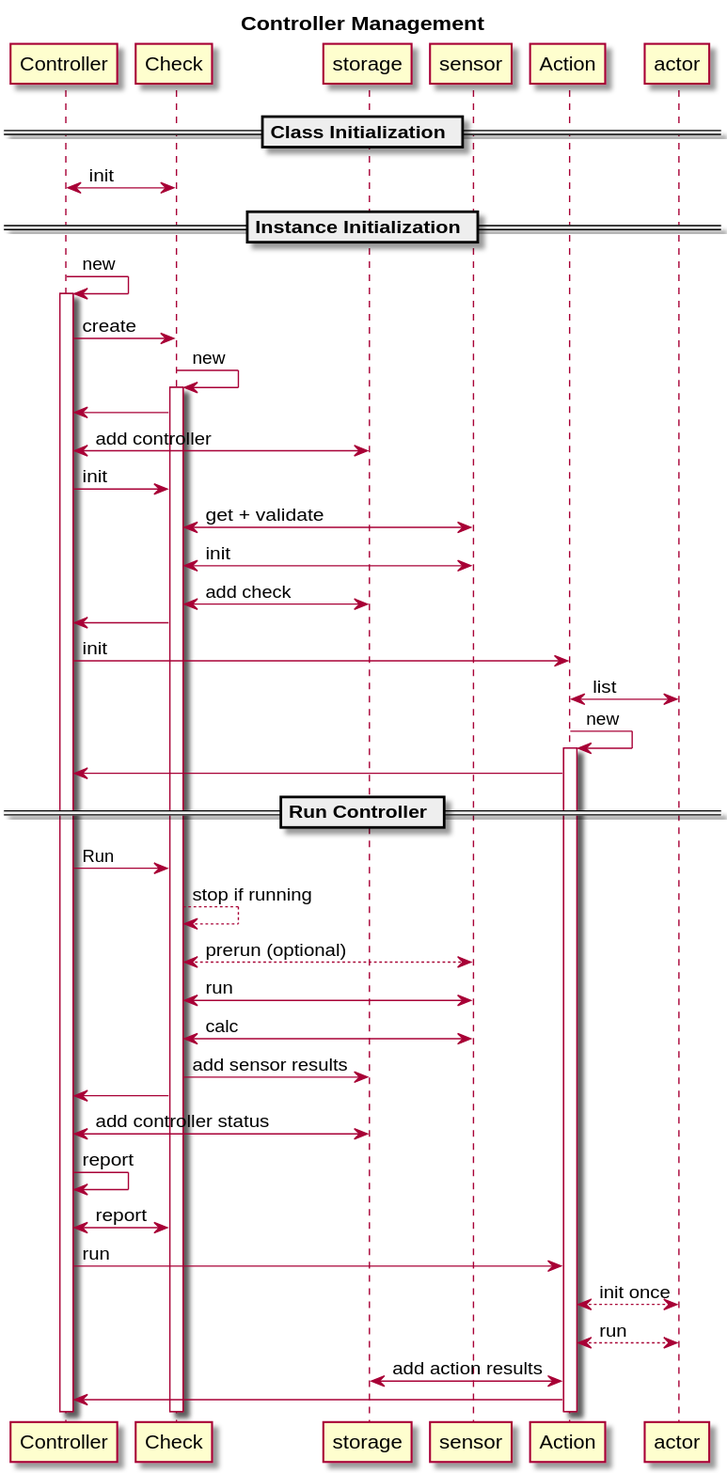
This is src/doc/controller-sequence.svg from alinex/node-monitor, a PlantUML export, as it was before one commit. Its source is kept beside it as src/doc/controller-sequence.pu. The source it was exported from:
```plantuml
@startuml
title Controller Management

== Class Initialization ==
Controller <-> Check : init

== Instance Initialization ==
Controller -> Controller : new
activate Controller
Controller -> Check : create
Check -> Check : new
activate Check
Check -> Controller
Controller <-> storage : add controller
Controller -> Check : init
Check <-> sensor : get + validate
Check <-> sensor : init
Check <-> storage : add check
Check -> Controller
Controller -> Action : init
Action <-> actor : list
Action -> Action : new
activate Action
Action -> Controller

== Run Controller ==

Controller -> Check : Run
Check --> Check : stop if running
Check <--> sensor : prerun (optional)
Check <-> sensor : run
Check <-> sensor : calc
Check -> storage : add sensor results
Check -> Controller
Controller <-> storage : add controller status
Controller -> Controller : report
Controller <-> Check : report
Controller -> Action : run
Action <--> actor : init once
Action <--> actor : run
Action <-> storage : add action results
Action -> Controller
@enduml
```
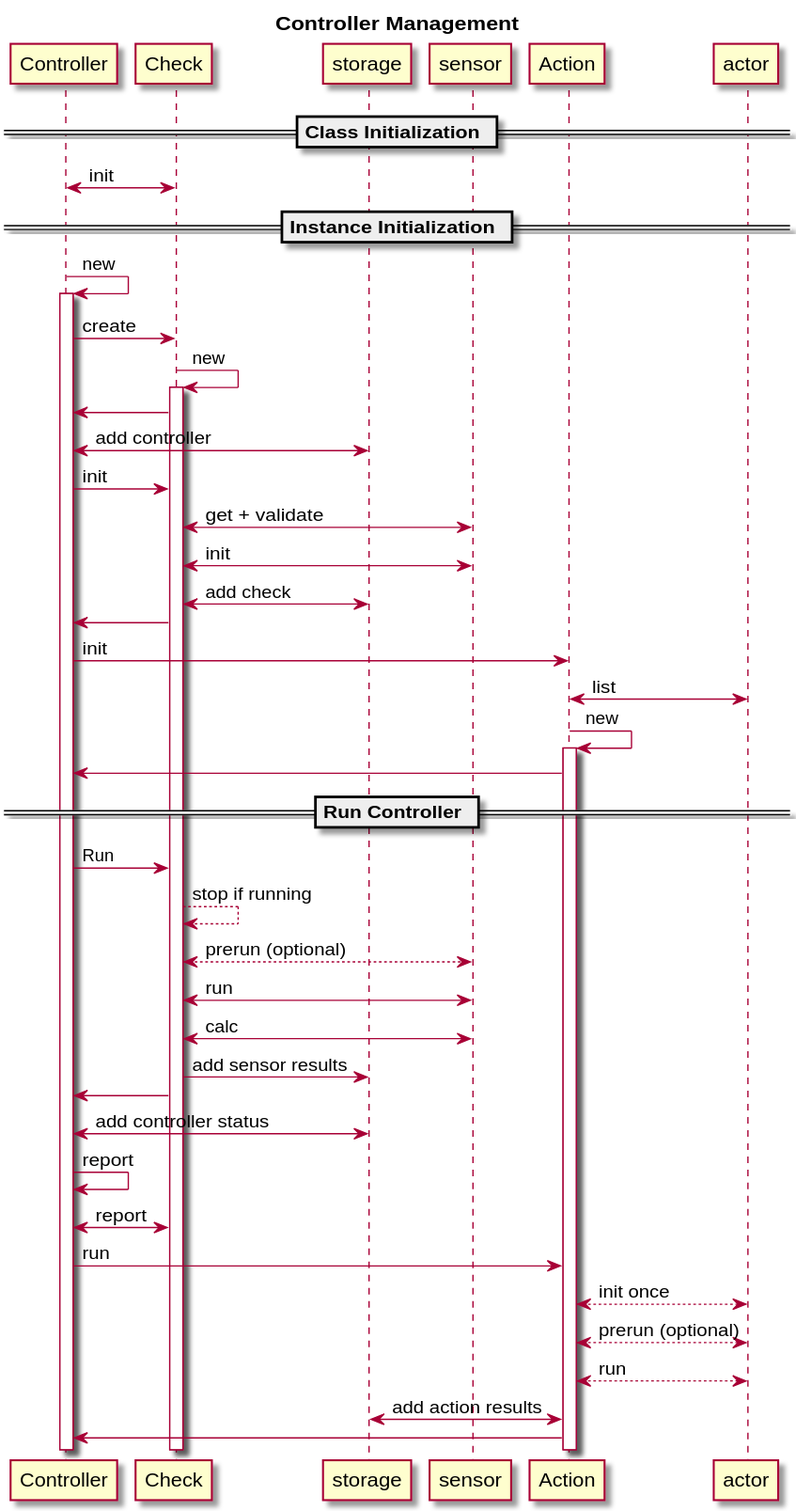
Above is the later version.

Commit message:
Support flatten configs and update sequence diagram.

Change to the diagram source:
```diff
@@ -37,6 +37,7 @@
 Controller <-> Check : report
 Controller -> Action : run
 Action <--> actor : init once
+Action <--> actor : prerun (optional)
 Action <--> actor : run
 Action <-> storage : add action results
 Action -> Controller
```
